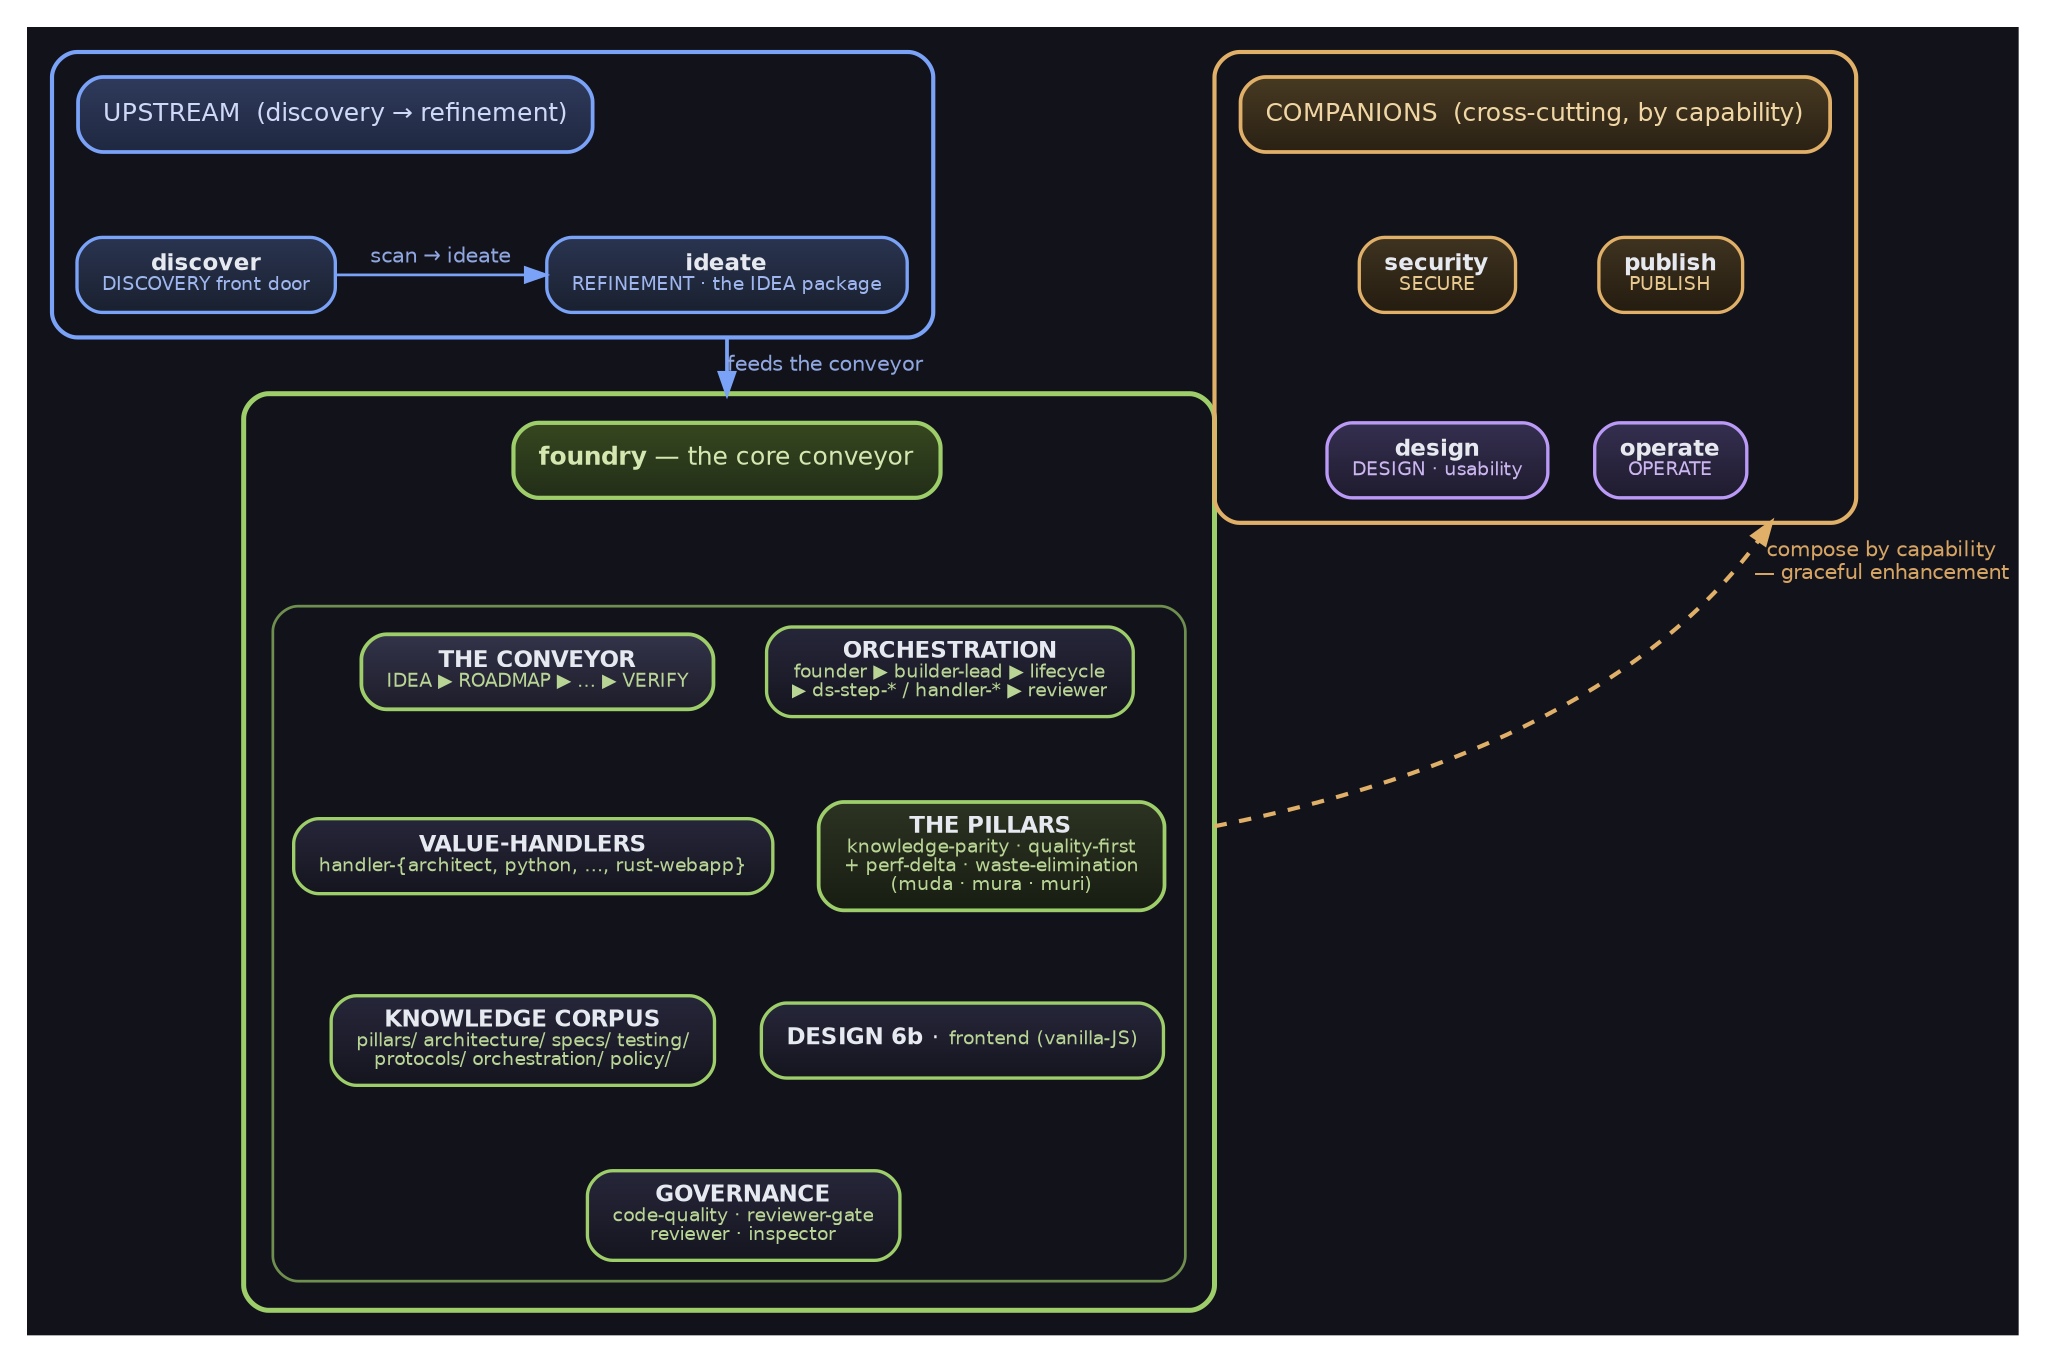
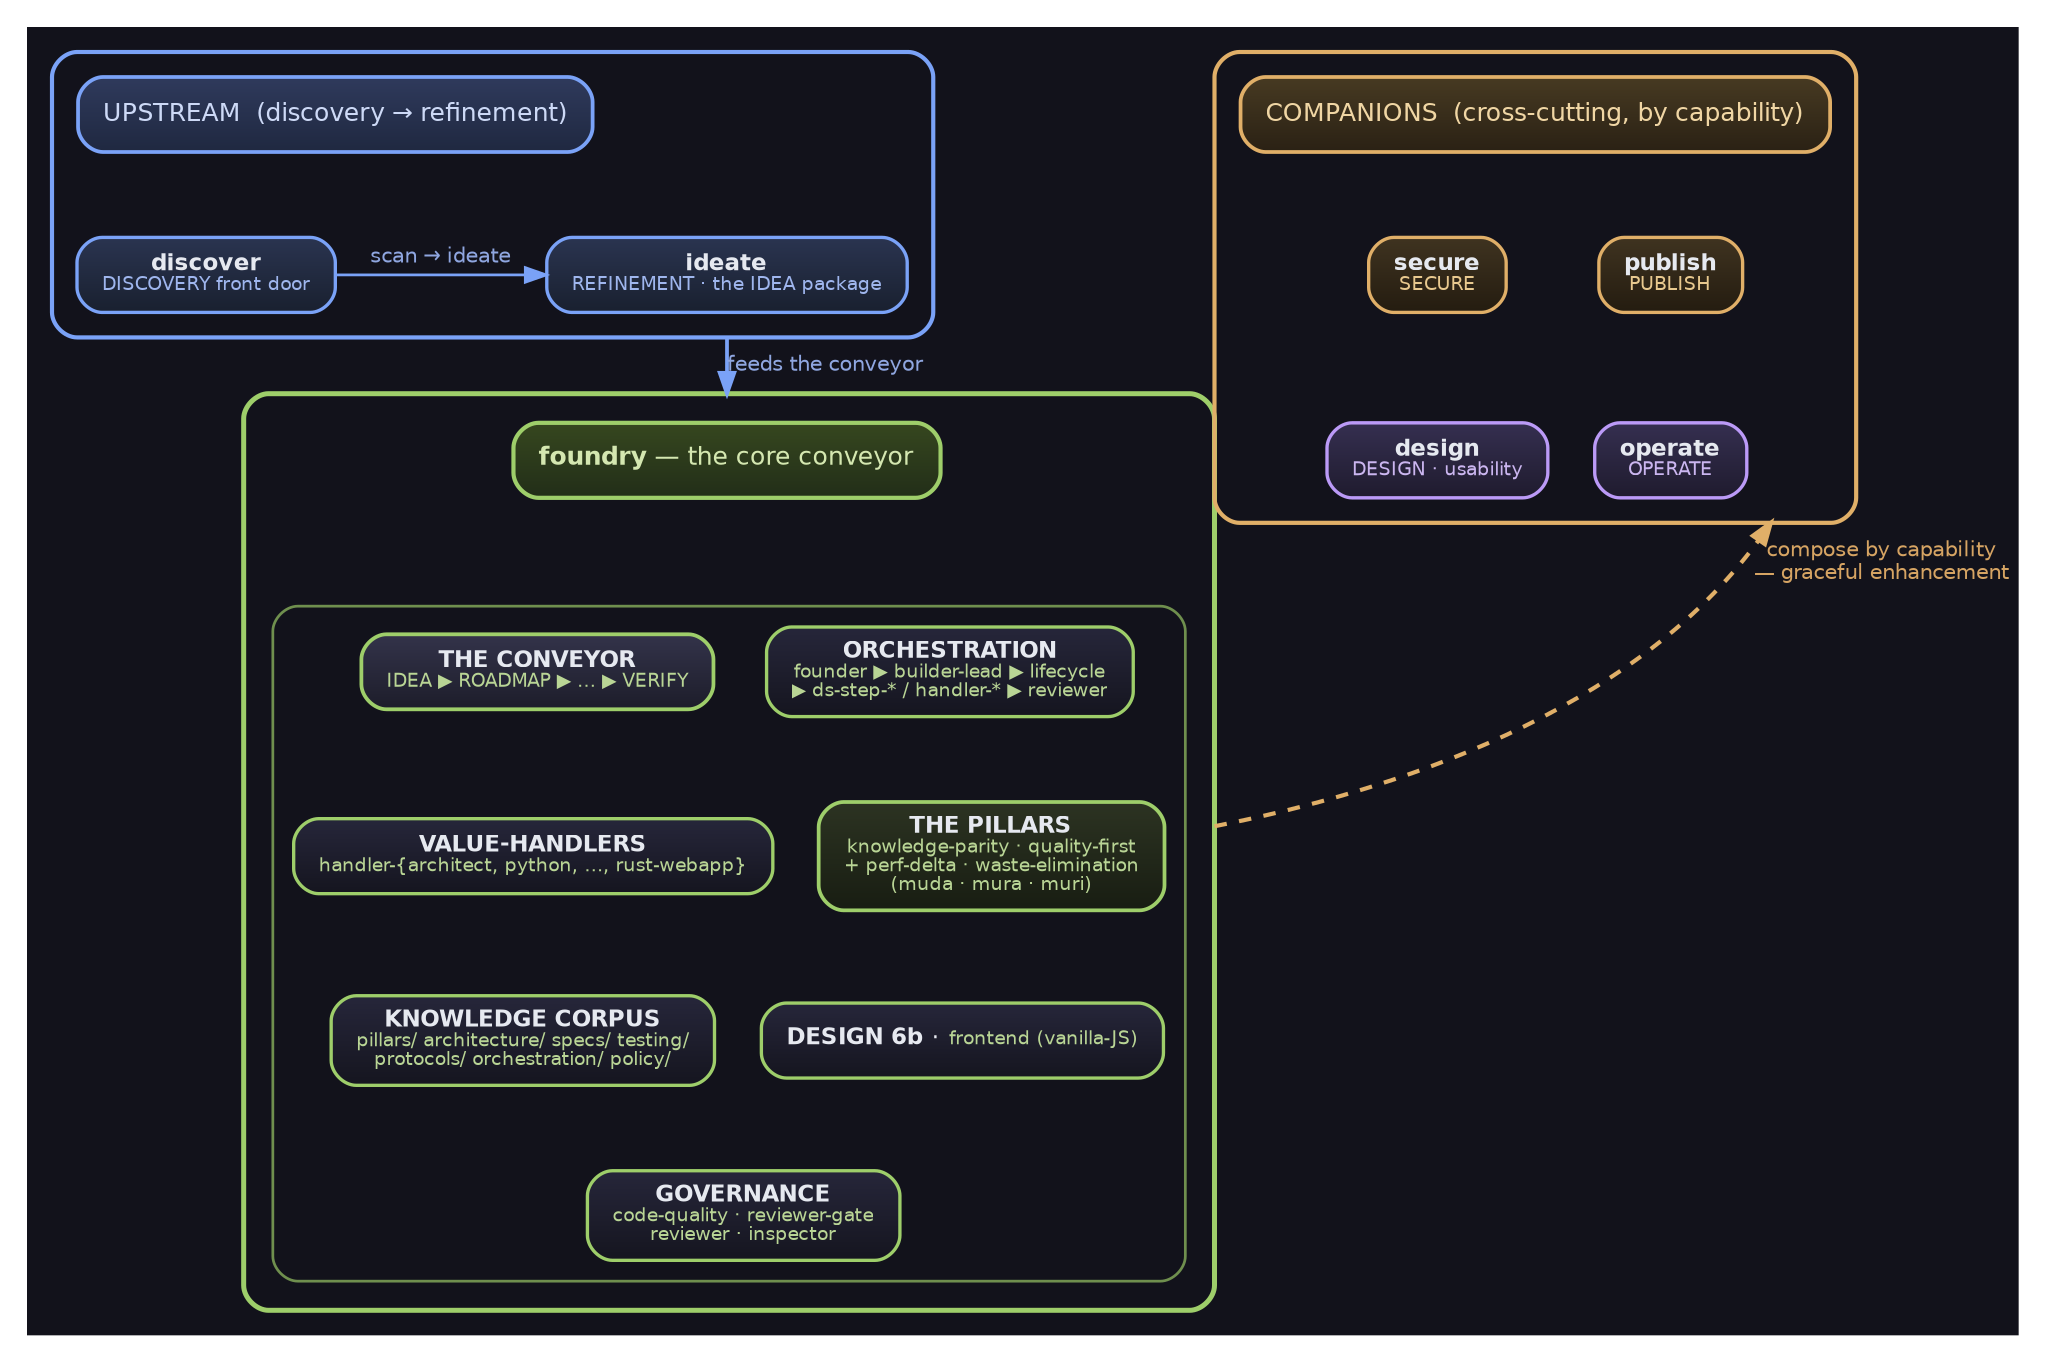
digraph DomainArchB {
  bgcolor="#12121b"
  rankdir=TB
  compound=true
  newrank=true
  nodesep=0.30
  ranksep=0.55
  margin=0.18
  fontname="DejaVu Sans"

  // node default carries a top-lit vertical gradient (lighter top → darker bottom) so every
  // filled box reads as a raised plate (graphviz-native depth; gradientangle=270 = top→bottom).
  node [shape=box, style="filled,rounded", fillcolor="#26263a:#15151f", gradientangle=270,
        color="#9aa2c0", fontcolor="#e6e9f0", fontname="DejaVu Sans", fontsize=11,
        penwidth=1.6, margin="0.16,0.10"]
  edge [color="#9aa2c0", fontcolor="#b8bed0", fontname="DejaVu Sans",
        fontsize=10, penwidth=1.3]

  // Cluster titles ride ON a filled accent chip so the cluster NAME clears BOTH
  // grounds (a plain cluster label on transparent ground washes out on white).

  // ================= UPSTREAM lane (top) =================
  subgraph cluster_upstream {
    label=""
    style="rounded"; color="#7aa2f7"; penwidth=2.0; bgcolor="transparent"; margin=12

    up_title [label="UPSTREAM  (discovery → refinement)", shape=box,
              style="filled,rounded", fillcolor="#2f3a5c:#1f2840", color="#7aa2f7",
              fontcolor="#cdd9f6", fontsize=12, penwidth=1.8]
    scanner [label=<<b>discover</b><br/><font point-size="9" color="#9fb6ee">DISCOVERY front door</font>>,
             fillcolor="#2a3450:#19202f", color="#7aa2f7"]
    ideate [label=<<b>ideate</b><br/><font point-size="9" color="#9fb6ee">REFINEMENT &middot; the IDEA package</font>>,
             fillcolor="#2a3450:#19202f", color="#7aa2f7"]

    // scan → ideate: discover LEFT, ideate RIGHT, arrow points right (reading order)
    { rank=same; scanner; ideate }
    up_title -> scanner [style=invis]
    scanner -> ideate [label="  scan → ideate  ", fontcolor="#8fa6e0", color="#7aa2f7",
                        weight=20]
  }

  // ================= CORE foundry (middle) =================
  subgraph cluster_core {
    label=""
    style="rounded"; color="#9ece6a"; penwidth=2.4; bgcolor="transparent"; margin=14

    core_title [label=<<b>foundry</b> &mdash; the core conveyor>, shape=box,
                style="filled,rounded", fillcolor="#36471f:#222e18", color="#9ece6a",
                fontcolor="#d4e7b0", fontsize=12, penwidth=2.0]

    subgraph cluster_core_cells {
      label=""
      style="rounded"; color="#6f8f4e"; penwidth=1.3; bgcolor="transparent"; margin=10

      cell_conveyor [label=<<b>THE CONVEYOR</b><br/><font point-size="9" color="#b9d595">IDEA ▶ ROADMAP ▶ … ▶ VERIFY</font>>,
                     fillcolor="#33334a:#1d1d2a", color="#9ece6a", penwidth=1.8]
      cell_orch [label=<<b>ORCHESTRATION</b><br/><font point-size="9" color="#b9d595">founder ▶ builder-lead ▶ lifecycle<br/>▶ ds-step-* / handler-* ▶ reviewer</font>>,
                 fillcolor="#26263a:#15151f", color="#9ece6a"]
      cell_handlers [label=<<b>VALUE-HANDLERS</b><br/><font point-size="9" color="#b9d595">handler-{architect, python, &hellip;, rust-webapp}</font>>,
                     fillcolor="#26263a:#15151f", color="#9ece6a"]
      cell_pillars [label=<<b>THE PILLARS</b><br/><font point-size="9" color="#b9d595">knowledge-parity &middot; quality-first<br/>+ perf-delta &middot; waste-elimination<br/>(muda &middot; mura &middot; muri)</font>>,
                    fillcolor="#2c3322:#181d12", color="#9ece6a", penwidth=1.8]
      cell_corpus [label=<<b>KNOWLEDGE CORPUS</b><br/><font point-size="9" color="#b9d595">pillars/ architecture/ specs/ testing/<br/>protocols/ orchestration/ policy/</font>>,
                   fillcolor="#26263a:#15151f", color="#9ece6a"]
      cell_design [label=<<b>DESIGN 6b</b> &middot; <font point-size="9" color="#b9d595">frontend (vanilla-JS)</font>>,
                   fillcolor="#26263a:#15151f", color="#9ece6a"]
      cell_gov [label=<<b>GOVERNANCE</b><br/><font point-size="9" color="#b9d595">code-quality &middot; reviewer-gate<br/>reviewer &middot; inspector</font>>,
                fillcolor="#26263a:#15151f", color="#9ece6a"]

      // fold the 7 cells into a 2-wide grid so the core box stays compact
      { rank=same; cell_conveyor;  cell_orch }
      { rank=same; cell_handlers;  cell_pillars }
      { rank=same; cell_corpus;    cell_design }
      cell_conveyor  -> cell_handlers [style=invis]
      cell_orch      -> cell_pillars  [style=invis]
      cell_handlers  -> cell_corpus   [style=invis]
      cell_pillars   -> cell_design   [style=invis]
      cell_corpus    -> cell_gov      [style=invis]
      cell_design    -> cell_gov      [style=invis]
    }

    core_title -> cell_conveyor [style=invis]
    core_title -> cell_orch     [style=invis]
  }

  // ================= COMPANIONS lane (bottom) =================
  subgraph cluster_companions {
    label=""
    style="rounded"; color="#e0af68"; penwidth=2.0; bgcolor="transparent"; margin=12

    co_title [label="COMPANIONS  (cross-cutting, by capability)", shape=box,
              style="filled,rounded", fillcolor="#473a22:#2a2114", color="#e0af68",
              fontcolor="#f0d6a4", fontsize=12, penwidth=1.8]
-     security [label=<<b>security</b><br/><font point-size="9" color="#e8c98f">SECURE</font>>,
+     secure [label=<<b>secure</b><br/><font point-size="9" color="#e8c98f">SECURE</font>>,
              fillcolor="#3f3320:#241c10", color="#e0af68"]
    publish [label=<<b>publish</b><br/><font point-size="9" color="#e8c98f">PUBLISH</font>>,
               fillcolor="#3f3320:#241c10", color="#e0af68"]
    design [label=<<b>design</b><br/><font point-size="9" color="#cbb6f0">DESIGN &middot; usability</font>>,
             fillcolor="#352f50:#1f1b2e", color="#bb9af7"]
    mission [label=<<b>operate</b><br/><font point-size="9" color="#cbb6f0">OPERATE</font>>,
             fillcolor="#352f50:#1f1b2e", color="#bb9af7"]

    // clean 2×2 grid DIRECTLY beneath the title bar (no L-shaped spill)
-     { rank=same; security;  publish }
+     { rank=same; secure;  publish }
    { rank=same; design;   mission }
-     co_title  -> security  [style=invis]
+     co_title  -> secure  [style=invis]
    co_title  -> publish [style=invis]
-     security  -> design   [style=invis, weight=10]
+     secure  -> design   [style=invis, weight=10]
    publish -> mission   [style=invis, weight=10]
  }

  // ================= cross-lane flow =================
  ideate -> core_title [ltail=cluster_upstream, lhead=cluster_core,
                         label="feeds the conveyor", color="#7aa2f7",
                         fontcolor="#8fa6e0", penwidth=1.8, weight=20]

  // ONE group→group edge: companions cluster cross-cuts the WHOLE foundry.
  // ltail/lhead clip the edge to BOTH cluster boundaries — it terminates on the
  // core BOUNDARY, not a single inner cell, so it reads as whole-foundry enhancement.
-   cell_pillars -> security [ltail=cluster_core, lhead=cluster_companions,
+   cell_pillars -> secure [ltail=cluster_core, lhead=cluster_companions,
                            label="compose by capability\n— graceful enhancement",
                            color="#e0af68", fontcolor="#d6a463", style=dashed,
                            penwidth=2.0, dir=both, arrowtail=none, weight=1,
                            constraint=false]
}
